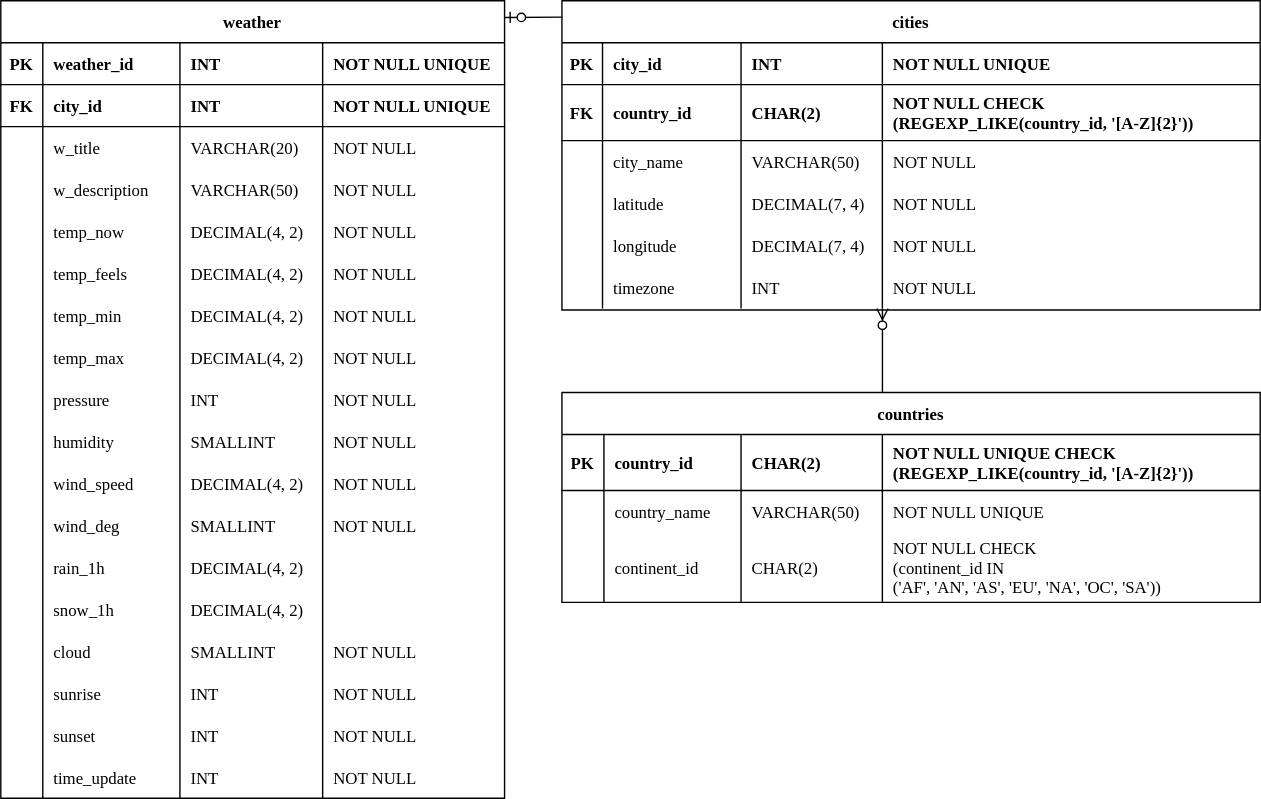
Before: docs/diagram/database_erd.svg, a diagram exported from draw.io (suyons/clickcloud). Source tidied: cells renumbered, new cells last; positions are measured from the earlier drawing's top-left corner, leaving out a move shared by most shapes.
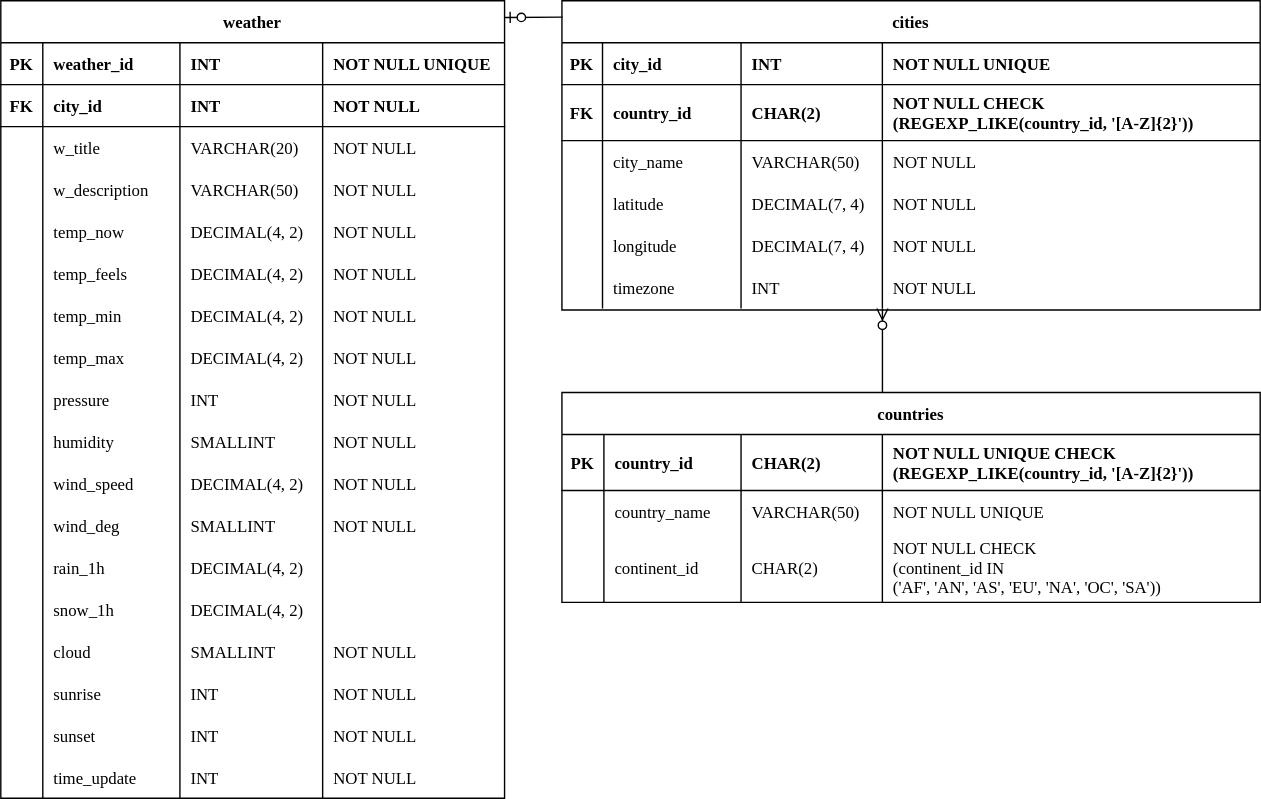
After the change.

Commit message:
Docs: README.md, Diagram, Presentation 파일 수정

What changed in the source:
```diff
@@ -32,7 +32,7 @@
     <mxCell id="11" value="INT" style="shape=partialRectangle;fillColor=none;top=0;left=0;bottom=0;right=0;align=left;spacingLeft=6;fontStyle=1;overflow=hidden;strokeColor=default;fontFamily=Tahoma;fontSize=12;" parent="8" vertex="1">
       <mxGeometry x="128" width="102" height="30" as="geometry" />
     </mxCell>
-    <mxCell id="12" value="NOT NULL UNIQUE" style="shape=partialRectangle;fillColor=none;top=0;left=0;bottom=0;right=0;align=left;spacingLeft=6;fontStyle=1;overflow=hidden;strokeColor=default;fontFamily=Tahoma;fontSize=12;" parent="8" vertex="1">
+    <mxCell id="12" value="NOT NULL" style="shape=partialRectangle;fillColor=none;top=0;left=0;bottom=0;right=0;align=left;spacingLeft=6;fontStyle=1;overflow=hidden;strokeColor=default;fontFamily=Tahoma;fontSize=12;" parent="8" vertex="1">
       <mxGeometry x="230" width="130" height="30" as="geometry" />
     </mxCell>
     <mxCell id="13" style="shape=tableRow;horizontal=0;startSize=0;swimlaneHead=0;swimlaneBody=0;fillColor=none;top=0;left=0;right=0;bottom=0;fontFamily=Tahoma;" parent="2" vertex="1">
```
